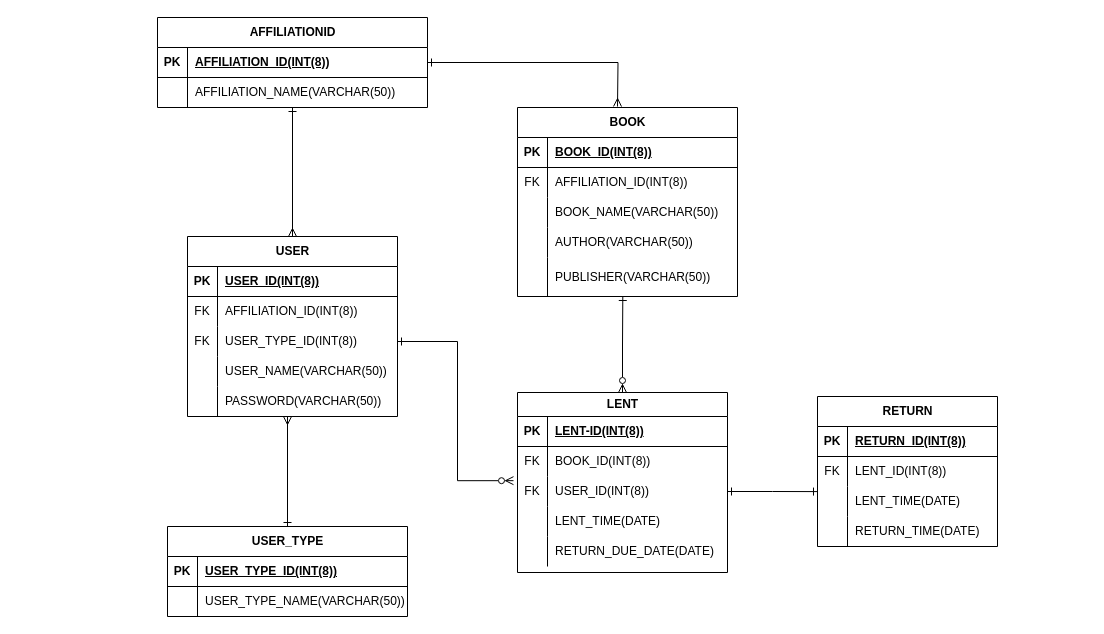
Above: ER図.drawio in super-onigiri-man/JOEU-FM (draw.io), before the change. Source tidied: cells renumbered, new cells numbered last; positions are measured from the earlier drawing's top-left corner, leaving out a move shared by most shapes. Both pictures are drawn from the tidied source at 100%, with x=0, y=0 at pixel (157, 17).
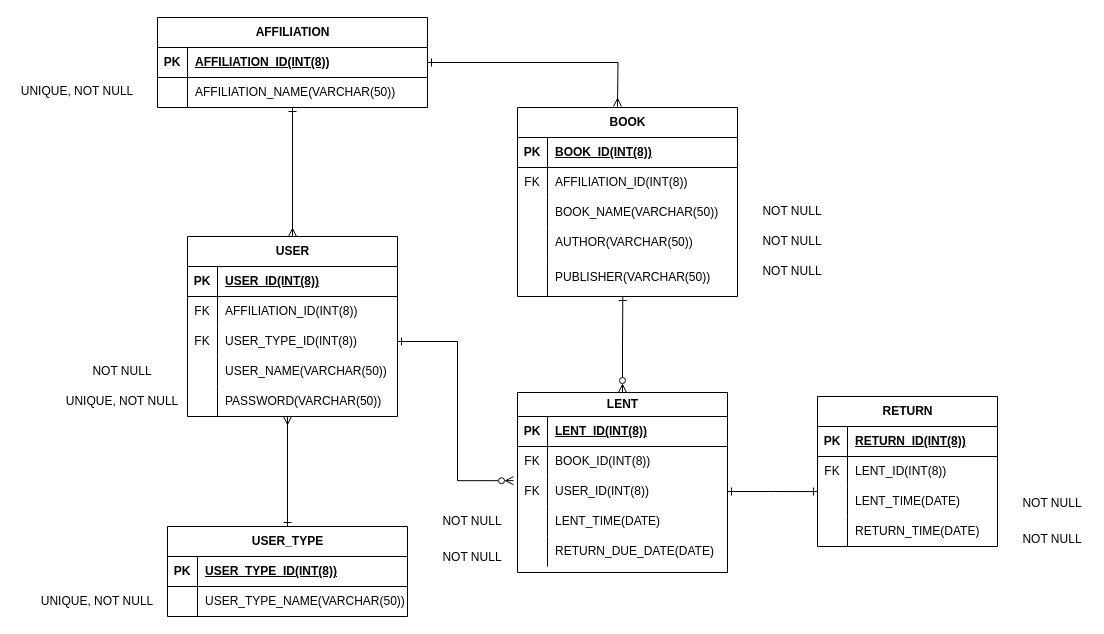
The same diagram, later.

Unchanged cells that the change refers to:
```xml
<mxCell id="52" style="shape=tableRow;horizontal=0;startSize=0;swimlaneHead=0;swimlaneBody=0;fillColor=none;top=0;left=0;right=0;bottom=1;" parent="51" vertex="1">
  <mxGeometry y="24" width="210" height="30" as="geometry" />
</mxCell>
```

What changed in the source:
```diff
@@
-    <mxCell id="2" value="AFFILIATIONID" style="shape=table;startSize=30;childLayout=tableLayout;rowLines=0;fontStyle=1;align=center;html=1;" parent="1" vertex="1">
+    <mxCell id="2" value="AFFILIATION" style="shape=table;startSize=30;childLayout=tableLayout;rowLines=0;fontStyle=1;align=center;html=1;" parent="1" vertex="1">
       <mxGeometry width="270" height="90" as="geometry" />
     </mxCell>
@@
-    <mxCell id="54" value="LENT-ID(INT(8))" style="shape=partialRectangle;fillColor=none;top=0;left=0;bottom=0;right=0;align=left;spacingLeft=6;fontStyle=5;overflow=hidden;whiteSpace=wrap;html=1;" parent="52" vertex="1">
+    <mxCell id="54" value="LENT_ID(INT(8))" style="shape=partialRectangle;fillColor=none;top=0;left=0;bottom=0;right=0;align=left;spacingLeft=6;fontStyle=5;overflow=hidden;whiteSpace=wrap;html=1;" parent="52" vertex="1">
       <mxGeometry x="30" width="180" height="30" as="geometry" />
     </mxCell>
@@
+    <mxCell id="83" value="UNIQUE, NOT NULL" style="text;html=1;strokeColor=none;fillColor=none;align=center;verticalAlign=middle;whiteSpace=wrap;rounded=0;" parent="1" vertex="1">
+      <mxGeometry x="-140" y="59" width="120" height="30" as="geometry" />
+    </mxCell>
+    <mxCell id="84" value="NOT NULL" style="text;html=1;strokeColor=none;fillColor=none;align=center;verticalAlign=middle;whiteSpace=wrap;rounded=0;" parent="1" vertex="1">
+      <mxGeometry x="-70" y="339" width="70" height="30" as="geometry" />
+    </mxCell>
+    <mxCell id="85" value="UNIQUE, NOT NULL" style="text;html=1;strokeColor=none;fillColor=none;align=center;verticalAlign=middle;whiteSpace=wrap;rounded=0;" parent="1" vertex="1">
+      <mxGeometry x="-95" y="369" width="120" height="30" as="geometry" />
+    </mxCell>
+    <mxCell id="86" value="UNIQUE, NOT NULL" style="text;html=1;strokeColor=none;fillColor=none;align=center;verticalAlign=middle;whiteSpace=wrap;rounded=0;" parent="1" vertex="1">
+      <mxGeometry x="-120" y="569" width="120" height="30" as="geometry" />
+    </mxCell>
+    <mxCell id="87" value="NOT NULL" style="text;html=1;strokeColor=none;fillColor=none;align=center;verticalAlign=middle;whiteSpace=wrap;rounded=0;" parent="1" vertex="1">
+      <mxGeometry x="600" y="179" width="70" height="30" as="geometry" />
+    </mxCell>
+    <mxCell id="88" value="NOT NULL" style="text;html=1;strokeColor=none;fillColor=none;align=center;verticalAlign=middle;whiteSpace=wrap;rounded=0;" parent="1" vertex="1">
+      <mxGeometry x="600" y="209" width="70" height="30" as="geometry" />
+    </mxCell>
+    <mxCell id="89" value="NOT NULL" style="text;html=1;strokeColor=none;fillColor=none;align=center;verticalAlign=middle;whiteSpace=wrap;rounded=0;" parent="1" vertex="1">
+      <mxGeometry x="600" y="239" width="70" height="30" as="geometry" />
+    </mxCell>
+    <mxCell id="90" value="NOT NULL" style="text;html=1;strokeColor=none;fillColor=none;align=center;verticalAlign=middle;whiteSpace=wrap;rounded=0;" parent="1" vertex="1">
+      <mxGeometry x="280" y="489" width="70" height="30" as="geometry" />
+    </mxCell>
+    <mxCell id="91" value="NOT NULL" style="text;html=1;strokeColor=none;fillColor=none;align=center;verticalAlign=middle;whiteSpace=wrap;rounded=0;" parent="1" vertex="1">
+      <mxGeometry x="280" y="525" width="70" height="30" as="geometry" />
+    </mxCell>
+    <mxCell id="92" value="NOT NULL" style="text;html=1;strokeColor=none;fillColor=none;align=center;verticalAlign=middle;whiteSpace=wrap;rounded=0;" parent="1" vertex="1">
+      <mxGeometry x="860" y="471" width="70" height="30" as="geometry" />
+    </mxCell>
+    <mxCell id="93" value="NOT NULL" style="text;html=1;strokeColor=none;fillColor=none;align=center;verticalAlign=middle;whiteSpace=wrap;rounded=0;" parent="1" vertex="1">
+      <mxGeometry x="860" y="507" width="70" height="30" as="geometry" />
+    </mxCell>
```
